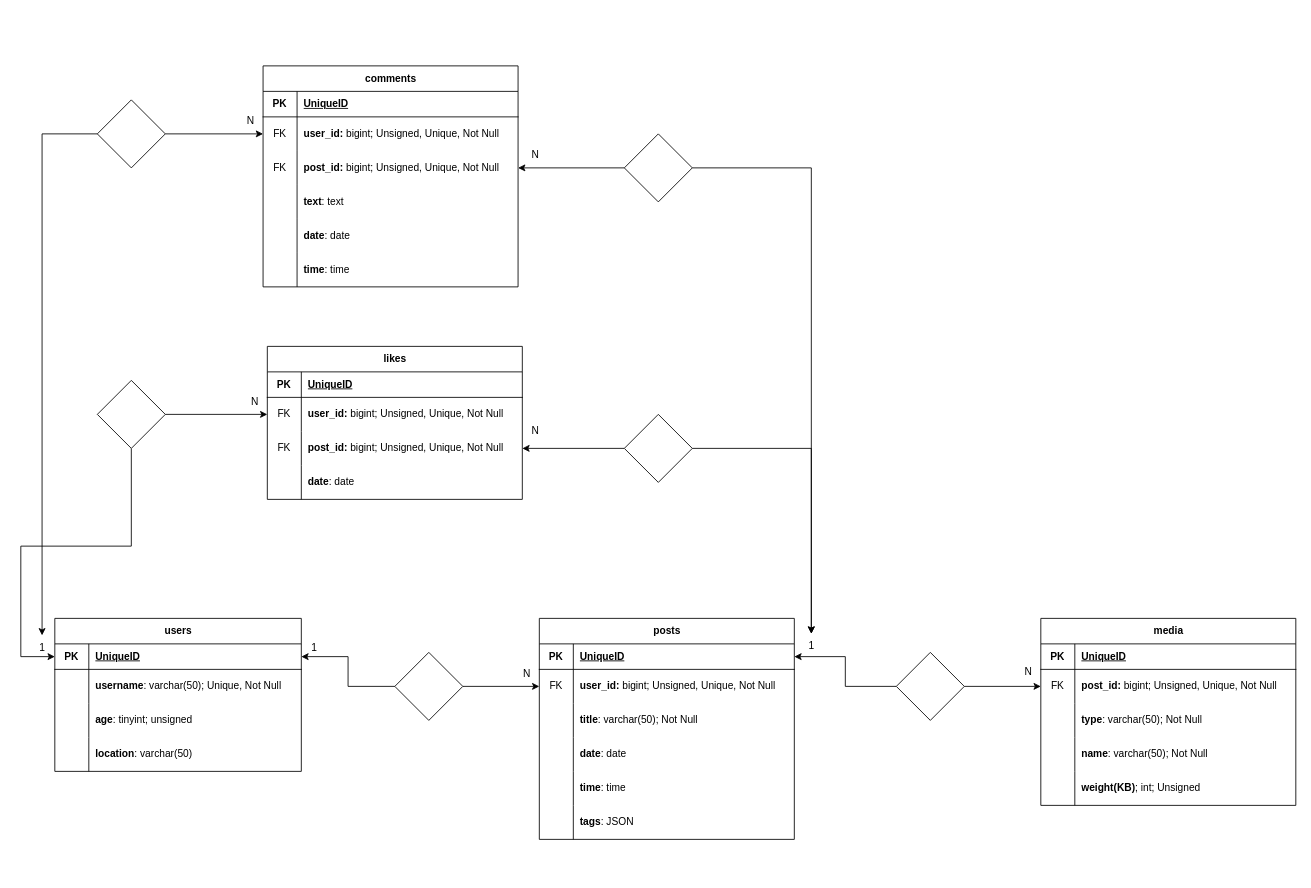
giogiosgr/social-platform keeps this draw.io diagram as social-platform.drawio. Above is the earlier version. Source tidied: cells renumbered, new cells numbered last; positions are measured from the earlier drawing's top-left corner, leaving out a move shared by most shapes. Both pictures are drawn from the tidied source at 85%, with x=0, y=0 at pixel (20, 65).
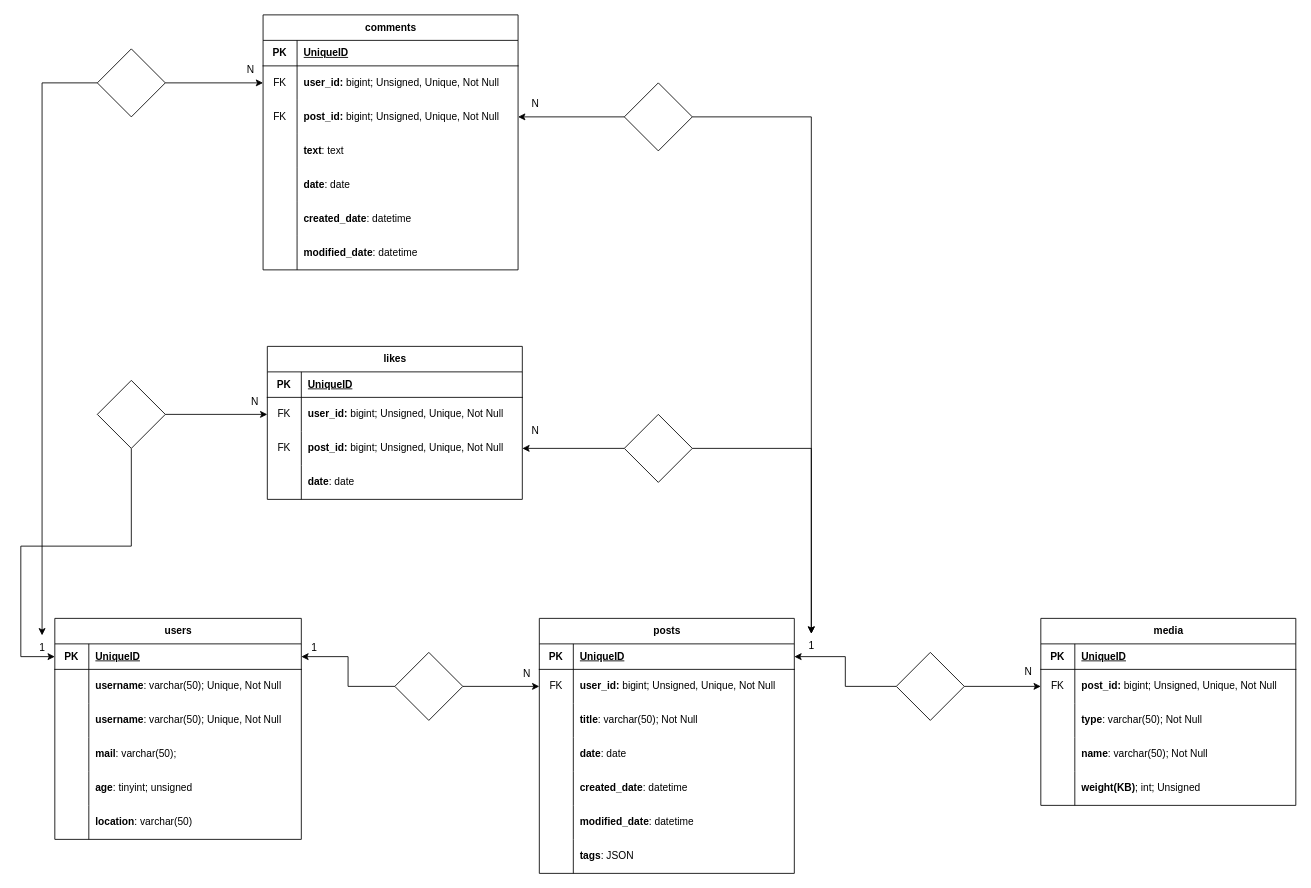
Above is the later version.

Unchanged cells that the change refers to:
```xml
<mxCell id="28" style="shape=tableRow;horizontal=0;startSize=0;swimlaneHead=0;swimlaneBody=0;fillColor=none;top=0;left=0;right=0;bottom=0;" parent="15" vertex="1">
  <mxGeometry y="180" width="300" height="40" as="geometry" />
</mxCell>
<mxCell id="98" style="shape=tableRow;horizontal=0;startSize=0;swimlaneHead=0;swimlaneBody=0;fillColor=none;top=0;left=0;right=0;bottom=0;" parent="82" vertex="1">
  <mxGeometry y="220" width="300" height="40" as="geometry" />
</mxCell>
```

Diff of the diagram source:
```diff
@@
     <mxCell id="2" value="users" style="shape=table;startSize=30;childLayout=tableLayout;rowLines=0;fontStyle=1;align=center;html=1;" parent="1" vertex="1">
-      <mxGeometry x="40" y="650" width="290" height="180" as="geometry" />
+      <mxGeometry x="40" y="650" width="290" height="260" as="geometry" />
     </mxCell>
@@
+    <mxCell id="109" style="shape=tableRow;horizontal=0;startSize=0;swimlaneHead=0;swimlaneBody=0;fillColor=none;top=0;left=0;right=0;bottom=0;" parent="2" vertex="1">
+      <mxGeometry y="100" width="290" height="40" as="geometry" />
+    </mxCell>
+    <mxCell id="110" style="shape=partialRectangle;fillColor=none;top=0;left=0;bottom=0;right=0;overflow=hidden;whiteSpace=wrap;html=1;" parent="109" vertex="1">
+      <mxGeometry width="40" height="40" as="geometry" />
+    </mxCell>
+    <mxCell id="111" value="&lt;b&gt;username&lt;/b&gt;: varchar(50); Unique, Not Null&amp;nbsp; &amp;nbsp;" style="shape=partialRectangle;fillColor=none;top=0;left=0;bottom=0;right=0;align=left;spacingLeft=6;overflow=hidden;whiteSpace=wrap;html=1;" parent="109" vertex="1">
+      <mxGeometry x="40" width="250" height="40" as="geometry" />
+    </mxCell>
+    <mxCell id="112" style="shape=tableRow;horizontal=0;startSize=0;swimlaneHead=0;swimlaneBody=0;fillColor=none;top=0;left=0;right=0;bottom=0;" parent="2" vertex="1">
+      <mxGeometry y="140" width="290" height="40" as="geometry" />
+    </mxCell>
+    <mxCell id="113" style="shape=partialRectangle;fillColor=none;top=0;left=0;bottom=0;right=0;overflow=hidden;whiteSpace=wrap;html=1;" parent="112" vertex="1">
+      <mxGeometry width="40" height="40" as="geometry" />
+    </mxCell>
+    <mxCell id="114" value="&lt;b&gt;mail&lt;/b&gt;: varchar(50);" style="shape=partialRectangle;fillColor=none;top=0;left=0;bottom=0;right=0;align=left;spacingLeft=6;overflow=hidden;whiteSpace=wrap;html=1;" parent="112" vertex="1">
+      <mxGeometry x="40" width="250" height="40" as="geometry" />
+    </mxCell>
     <mxCell id="9" style="shape=tableRow;horizontal=0;startSize=0;swimlaneHead=0;swimlaneBody=0;fillColor=none;top=0;left=0;right=0;bottom=0;" parent="2" vertex="1">
-      <mxGeometry y="100" width="290" height="40" as="geometry" />
+      <mxGeometry y="180" width="290" height="40" as="geometry" />
     </mxCell>
@@
     <mxCell id="12" style="shape=tableRow;horizontal=0;startSize=0;swimlaneHead=0;swimlaneBody=0;fillColor=none;top=0;left=0;right=0;bottom=0;" parent="2" vertex="1">
-      <mxGeometry y="140" width="290" height="40" as="geometry" />
+      <mxGeometry y="220" width="290" height="40" as="geometry" />
     </mxCell>
@@
     <mxCell id="15" value="posts" style="shape=table;startSize=30;childLayout=tableLayout;rowLines=0;fontStyle=1;align=center;html=1;" parent="1" vertex="1">
-      <mxGeometry x="610" y="650" width="300" height="260" as="geometry" />
+      <mxGeometry x="610" y="650" width="300" height="300" as="geometry" />
     </mxCell>
@@
-    <mxCell id="30" value="&lt;b&gt;time&lt;/b&gt;: time" style="shape=partialRectangle;fillColor=none;top=0;left=0;bottom=0;right=0;align=left;spacingLeft=6;overflow=hidden;whiteSpace=wrap;html=1;" parent="28" vertex="1">
+    <mxCell id="30" value="&lt;b&gt;created_date&lt;/b&gt;: datetime" style="shape=partialRectangle;fillColor=none;top=0;left=0;bottom=0;right=0;align=left;spacingLeft=6;overflow=hidden;whiteSpace=wrap;html=1;" parent="28" vertex="1">
       <mxGeometry x="40" width="260" height="40" as="geometry" />
     </mxCell>
+    <mxCell id="115" style="shape=tableRow;horizontal=0;startSize=0;swimlaneHead=0;swimlaneBody=0;fillColor=none;top=0;left=0;right=0;bottom=0;" parent="15" vertex="1">
+      <mxGeometry y="220" width="300" height="40" as="geometry" />
+    </mxCell>
+    <mxCell id="116" style="shape=partialRectangle;fillColor=none;top=0;left=0;bottom=0;right=0;overflow=hidden;whiteSpace=wrap;html=1;" parent="115" vertex="1">
+      <mxGeometry width="40" height="40" as="geometry" />
+    </mxCell>
+    <mxCell id="117" value="&lt;b&gt;modified_date&lt;/b&gt;: datetime" style="shape=partialRectangle;fillColor=none;top=0;left=0;bottom=0;right=0;align=left;spacingLeft=6;overflow=hidden;whiteSpace=wrap;html=1;" parent="115" vertex="1">
+      <mxGeometry x="40" width="260" height="40" as="geometry" />
+    </mxCell>
     <mxCell id="31" style="shape=tableRow;horizontal=0;startSize=0;swimlaneHead=0;swimlaneBody=0;fillColor=none;top=0;left=0;right=0;bottom=0;" parent="15" vertex="1">
-      <mxGeometry y="220" width="300" height="40" as="geometry" />
+      <mxGeometry y="260" width="300" height="40" as="geometry" />
     </mxCell>
@@
     <mxCell id="82" value="comments" style="shape=table;startSize=30;childLayout=tableLayout;rowLines=0;fontStyle=1;align=center;html=1;" parent="1" vertex="1">
-      <mxGeometry x="285" width="300" height="260" as="geometry" />
+      <mxGeometry x="285" y="-60" width="300" height="300" as="geometry" />
     </mxCell>
@@
-    <mxCell id="100" value="&lt;b&gt;time&lt;/b&gt;: time&amp;nbsp; &amp;nbsp;" style="shape=partialRectangle;fillColor=none;top=0;left=0;bottom=0;right=0;align=left;spacingLeft=6;overflow=hidden;whiteSpace=wrap;html=1;" parent="98" vertex="1">
+    <mxCell id="100" value="&lt;b&gt;created_date&lt;/b&gt;: datetime&amp;nbsp; &amp;nbsp;" style="shape=partialRectangle;fillColor=none;top=0;left=0;bottom=0;right=0;align=left;spacingLeft=6;overflow=hidden;whiteSpace=wrap;html=1;" parent="98" vertex="1">
       <mxGeometry x="40" width="260" height="40" as="geometry" />
     </mxCell>
+    <mxCell id="118" style="shape=tableRow;horizontal=0;startSize=0;swimlaneHead=0;swimlaneBody=0;fillColor=none;top=0;left=0;right=0;bottom=0;" parent="82" vertex="1">
+      <mxGeometry y="260" width="300" height="40" as="geometry" />
+    </mxCell>
+    <mxCell id="119" style="shape=partialRectangle;fillColor=none;top=0;left=0;bottom=0;right=0;overflow=hidden;whiteSpace=wrap;html=1;" parent="118" vertex="1">
+      <mxGeometry width="40" height="40" as="geometry" />
+    </mxCell>
+    <mxCell id="120" value="&lt;b&gt;modified_date&lt;/b&gt;: datetime&amp;nbsp; &amp;nbsp;" style="shape=partialRectangle;fillColor=none;top=0;left=0;bottom=0;right=0;align=left;spacingLeft=6;overflow=hidden;whiteSpace=wrap;html=1;" parent="118" vertex="1">
+      <mxGeometry x="40" width="260" height="40" as="geometry" />
+    </mxCell>
@@
     <mxCell id="103" style="rhombus;whiteSpace=wrap;html=1;" parent="1" vertex="1">
-      <mxGeometry x="90" y="40" width="80" height="80" as="geometry" />
+      <mxGeometry x="90" y="-20" width="80" height="80" as="geometry" />
     </mxCell>
@@
     <mxCell id="106" style="rhombus;whiteSpace=wrap;html=1;" parent="1" vertex="1">
-      <mxGeometry x="710" y="80" width="80" height="80" as="geometry" />
+      <mxGeometry x="710" y="20" width="80" height="80" as="geometry" />
     </mxCell>
     <mxCell id="107" value="N" style="text;html=1;align=center;verticalAlign=middle;strokeColor=none;fillColor=none;" parent="1" vertex="1">
-      <mxGeometry x="255" y="50" width="30" height="30" as="geometry" />
+      <mxGeometry x="255" y="-10" width="30" height="30" as="geometry" />
     </mxCell>
     <mxCell id="108" value="N" style="text;html=1;align=center;verticalAlign=middle;strokeColor=none;fillColor=none;" parent="1" vertex="1">
-      <mxGeometry x="590" y="90" width="30" height="30" as="geometry" />
+      <mxGeometry x="590" y="30" width="30" height="30" as="geometry" />
     </mxCell>
```
